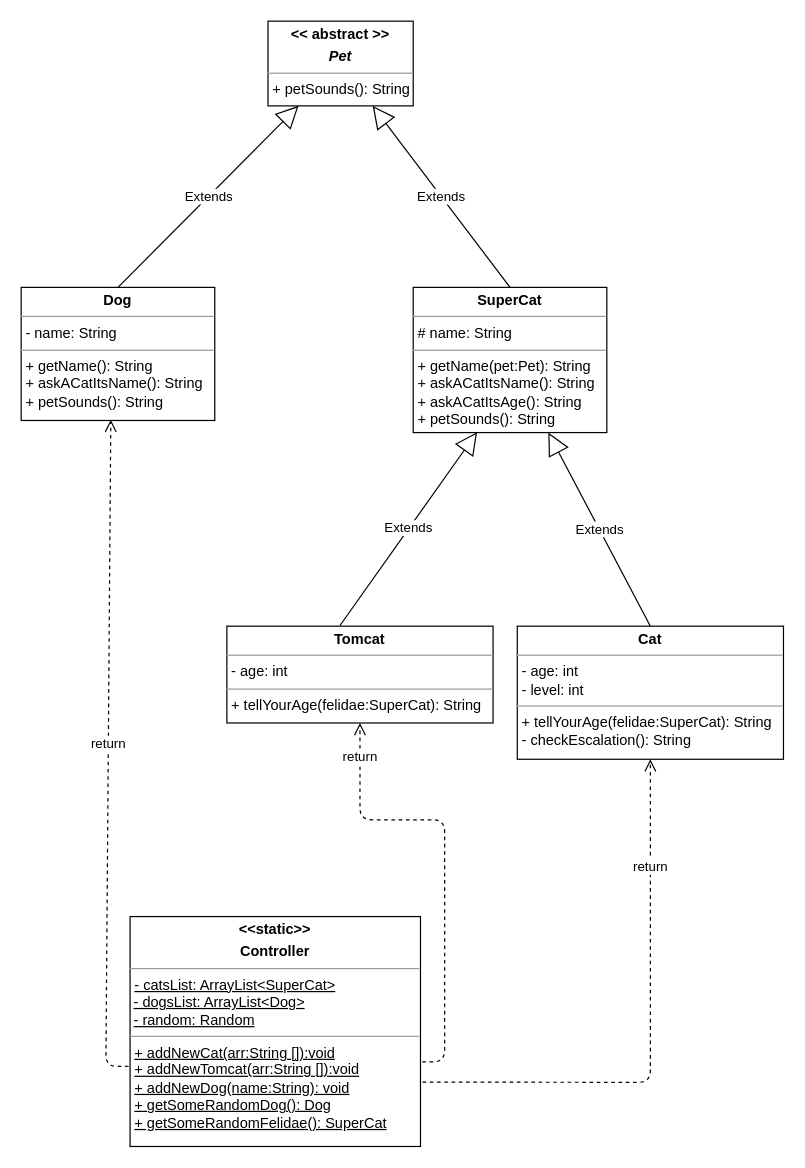
Earlier version of the draw.io diagram AskACat.drawio (Nelura/11b_Ask_A_Cat_02). Source tidied: cells renumbered, new cells numbered last; positions are measured from the earlier drawing's top-left corner, leaving out a move shared by most shapes. Both pictures are drawn from the tidied source at 121%, with x=0, y=0 at pixel (21, 21).
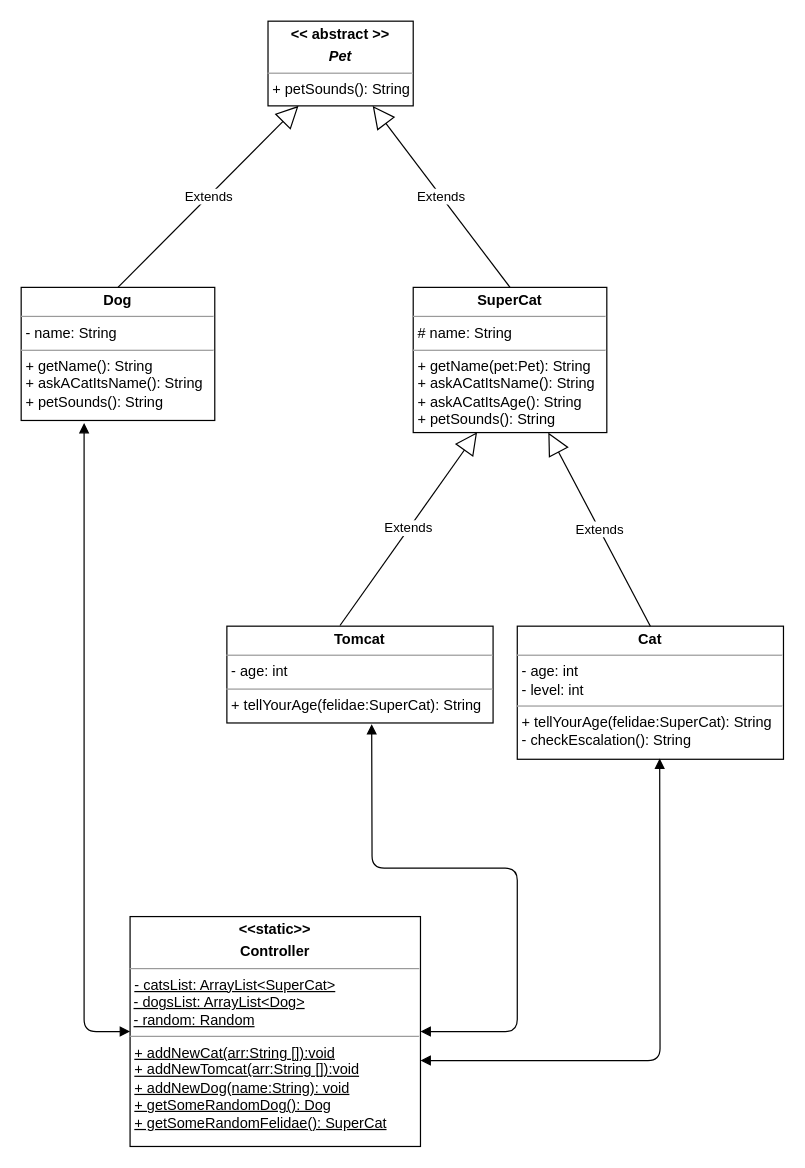
The same diagram, later.

The change refers to these unchanged cells:
```xml
<mxCell id="3" value="&lt;p style=&quot;margin: 0px ; margin-top: 4px ; text-align: center&quot;&gt;&lt;b&gt;&amp;lt;&amp;lt;static&amp;gt;&amp;gt;&lt;/b&gt;&lt;b&gt;&lt;br&gt;&lt;/b&gt;&lt;/p&gt;&lt;p style=&quot;margin: 0px ; margin-top: 4px ; text-align: center&quot;&gt;&lt;b&gt;Controller&lt;/b&gt;&lt;/p&gt;&lt;hr size=&quot;1&quot;&gt;&lt;p style=&quot;margin: 0px ; margin-left: 4px&quot;&gt;&lt;u&gt;- catsList: ArrayList&amp;lt;SuperCat&amp;gt;&lt;/u&gt;&lt;/p&gt;&amp;nbsp;&lt;u&gt;- dogsList: ArrayList&amp;lt;Dog&amp;gt;&lt;/u&gt;&lt;br&gt;&amp;nbsp;&lt;u&gt;- random: Random&lt;/u&gt;&lt;br&gt;&lt;hr size=&quot;1&quot;&gt;&lt;p style=&quot;margin: 0px ; margin-left: 4px&quot;&gt;&lt;u&gt;+ addNewCat(arr:String []):void&lt;/u&gt;&lt;br&gt;&lt;/p&gt;&lt;p style=&quot;margin: 0px ; margin-left: 4px&quot;&gt;&lt;u&gt;+ addNewTomcat(arr:String []):void&lt;/u&gt;&lt;/p&gt;&lt;p style=&quot;margin: 0px ; margin-left: 4px&quot;&gt;&lt;u&gt;+ addNewDog(name:String): void&lt;br&gt;&lt;/u&gt;&lt;/p&gt;&lt;p style=&quot;margin: 0px ; margin-left: 4px&quot;&gt;&lt;u&gt;+ getSomeRandomDog(): Dog&lt;br&gt;&lt;/u&gt;&lt;/p&gt;&lt;p style=&quot;margin: 0px ; margin-left: 4px&quot;&gt;&lt;u&gt;+ getSomeRandomFelidae(): SuperCat&lt;/u&gt;&lt;/p&gt;&lt;p style=&quot;margin: 0px ; margin-left: 4px&quot;&gt;&lt;br&gt;&lt;/p&gt;" style="verticalAlign=top;align=left;overflow=fill;fontSize=12;fontFamily=Helvetica;html=1;" parent="1" vertex="1">
  <mxGeometry x="90" y="740" width="240" height="190" as="geometry" />
</mxCell>
<mxCell id="4" value="&lt;p style=&quot;margin: 0px ; margin-top: 4px ; text-align: center&quot;&gt;&lt;b&gt;Dog&lt;/b&gt;&lt;/p&gt;&lt;hr size=&quot;1&quot;&gt;&lt;p style=&quot;margin: 0px ; margin-left: 4px&quot;&gt;- name: String&lt;/p&gt;&lt;hr size=&quot;1&quot;&gt;&lt;p style=&quot;margin: 0px ; margin-left: 4px&quot;&gt;&lt;span&gt;+ getName(): String&lt;/span&gt;&lt;/p&gt;&lt;p style=&quot;margin: 0px ; margin-left: 4px&quot;&gt;&lt;span&gt;+ askACatItsName(): String&lt;/span&gt;&lt;br&gt;&lt;/p&gt;&lt;p style=&quot;margin: 0px ; margin-left: 4px&quot;&gt;+ petSounds(): String&lt;br&gt;&lt;/p&gt;" style="verticalAlign=top;align=left;overflow=fill;fontSize=12;fontFamily=Helvetica;html=1;" parent="1" vertex="1">
  <mxGeometry y="220" width="160" height="110" as="geometry" />
</mxCell>
<mxCell id="9" value="&lt;p style=&quot;margin: 0px ; margin-top: 4px ; text-align: center&quot;&gt;&lt;b&gt;Cat&lt;/b&gt;&lt;/p&gt;&lt;hr size=&quot;1&quot;&gt;&lt;p style=&quot;margin: 0px ; margin-left: 4px&quot;&gt;- age: int&lt;/p&gt;&lt;p style=&quot;margin: 0px ; margin-left: 4px&quot;&gt;- level: int&lt;br&gt;&lt;/p&gt;&lt;hr size=&quot;1&quot;&gt;&lt;p style=&quot;margin: 0px ; margin-left: 4px&quot;&gt;+ tellYourAge(felidae:SuperCat&lt;span&gt;): String&lt;/span&gt;&lt;/p&gt;&lt;p style=&quot;margin: 0px ; margin-left: 4px&quot;&gt;-&amp;nbsp;checkEscalation(): String&lt;/p&gt;" style="verticalAlign=top;align=left;overflow=fill;fontSize=12;fontFamily=Helvetica;html=1;" parent="1" vertex="1">
  <mxGeometry x="410" y="500" width="220" height="110" as="geometry" />
</mxCell>
<mxCell id="10" value="&lt;p style=&quot;margin: 0px ; margin-top: 4px ; text-align: center&quot;&gt;&lt;b&gt;Tomcat&lt;/b&gt;&lt;/p&gt;&lt;hr size=&quot;1&quot;&gt;&lt;p style=&quot;margin: 0px ; margin-left: 4px&quot;&gt;- age: int&lt;/p&gt;&lt;hr size=&quot;1&quot;&gt;&lt;p style=&quot;margin: 0px ; margin-left: 4px&quot;&gt;&lt;span&gt;+ tellYourAge(felidae:SuperCat&lt;/span&gt;&lt;span&gt;): String&lt;/span&gt;&lt;/p&gt;&lt;p style=&quot;margin: 0px ; margin-left: 4px&quot;&gt;&lt;br&gt;&lt;/p&gt;" style="verticalAlign=top;align=left;overflow=fill;fontSize=12;fontFamily=Helvetica;html=1;" parent="1" vertex="1">
  <mxGeometry x="170" y="500" width="220" height="80" as="geometry" />
</mxCell>
```

What changed in the source:
```diff
@@
-    <mxCell id="8" value="return" style="html=1;verticalAlign=bottom;endArrow=open;dashed=1;endSize=8;entryX=0.463;entryY=0.994;entryDx=0;entryDy=0;entryPerimeter=0;exitX=-0.005;exitY=0.651;exitDx=0;exitDy=0;exitPerimeter=0;" parent="1" edge="1" source="3" target="4">
-      <mxGeometry relative="1" as="geometry">
-        <Array as="points">
-          <mxPoint x="70" y="864" />
-        </Array>
-      </mxGeometry>
-    </mxCell>
@@
-    <mxCell id="13" value="return" style="html=1;verticalAlign=bottom;endArrow=open;dashed=1;endSize=8;exitX=1.007;exitY=0.72;exitDx=0;exitDy=0;exitPerimeter=0;entryX=0.5;entryY=1;entryDx=0;entryDy=0;" parent="1" edge="1" source="3" target="9">
-      <mxGeometry x="0.57" relative="1" as="geometry">
-        <Array as="points">
-          <mxPoint x="520" y="877" />
-        </Array>
-      </mxGeometry>
-    </mxCell>
-    <mxCell id="14" value="return" style="html=1;verticalAlign=bottom;endArrow=open;dashed=1;endSize=8;exitX=1.006;exitY=0.632;exitDx=0;exitDy=0;exitPerimeter=0;entryX=0.5;entryY=1;entryDx=0;entryDy=0;" parent="1" edge="1" source="3" target="10">
-      <mxGeometry x="0.8" relative="1" as="geometry">
+    <mxCell id="14" style="endArrow=block;startArrow=block;endFill=1;startFill=1;html=1;entryX=0.544;entryY=1.012;entryDx=0;entryDy=0;entryPerimeter=0;" parent="1" edge="1" source="3" target="10">
+      <mxGeometry relative="1" as="geometry">
         <Array as="points">
-          <mxPoint x="350" y="860" />
-          <mxPoint x="350" y="660" />
-          <mxPoint x="280" y="660" />
+          <mxPoint x="410" y="835" />
+          <mxPoint x="410" y="700" />
+          <mxPoint x="290" y="700" />
         </Array>
       </mxGeometry>
     </mxCell>
+    <mxCell id="8" style="endArrow=block;startArrow=block;endFill=1;startFill=1;html=1;entryX=0.325;entryY=1.019;entryDx=0;entryDy=0;entryPerimeter=0;exitX=0;exitY=0.5;exitDx=0;exitDy=0;" parent="1" edge="1" source="3" target="4">
+      <mxGeometry relative="1" as="geometry">
+        <Array as="points">
+          <mxPoint x="52" y="835" />
+        </Array>
+      </mxGeometry>
+    </mxCell>
+    <mxCell id="15" style="endArrow=block;startArrow=block;endFill=1;startFill=1;html=1;entryX=0.535;entryY=0.994;entryDx=0;entryDy=0;entryPerimeter=0;" parent="1" edge="1" target="9">
+      <mxGeometry relative="1" as="geometry">
+        <mxPoint x="330" y="859" as="sourcePoint" />
+        <Array as="points">
+          <mxPoint x="420" y="859" />
+          <mxPoint x="528" y="859" />
+        </Array>
+      </mxGeometry>
+    </mxCell>
```
